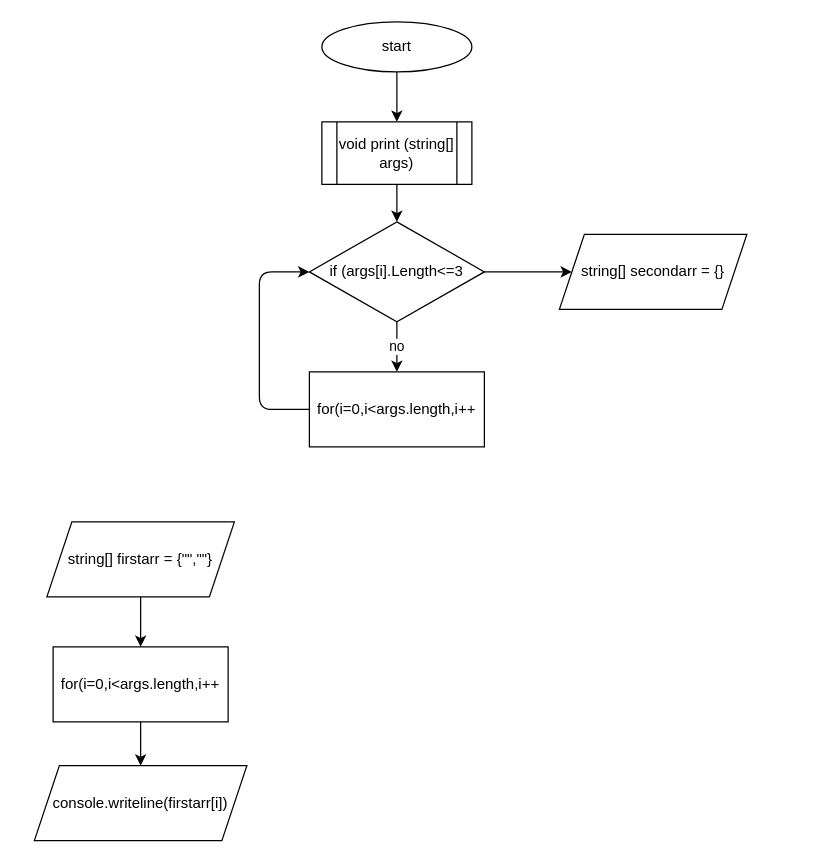
dapir/GB_Test keeps this draw.io diagram as block.drawio. Above is the earlier version. Source tidied: cells renumbered, new cells numbered last; positions are measured from the earlier drawing's top-left corner, leaving out a move shared by most shapes. Both pictures are drawn from the tidied source at 125%, with x=0, y=0 at pixel (34, 21).
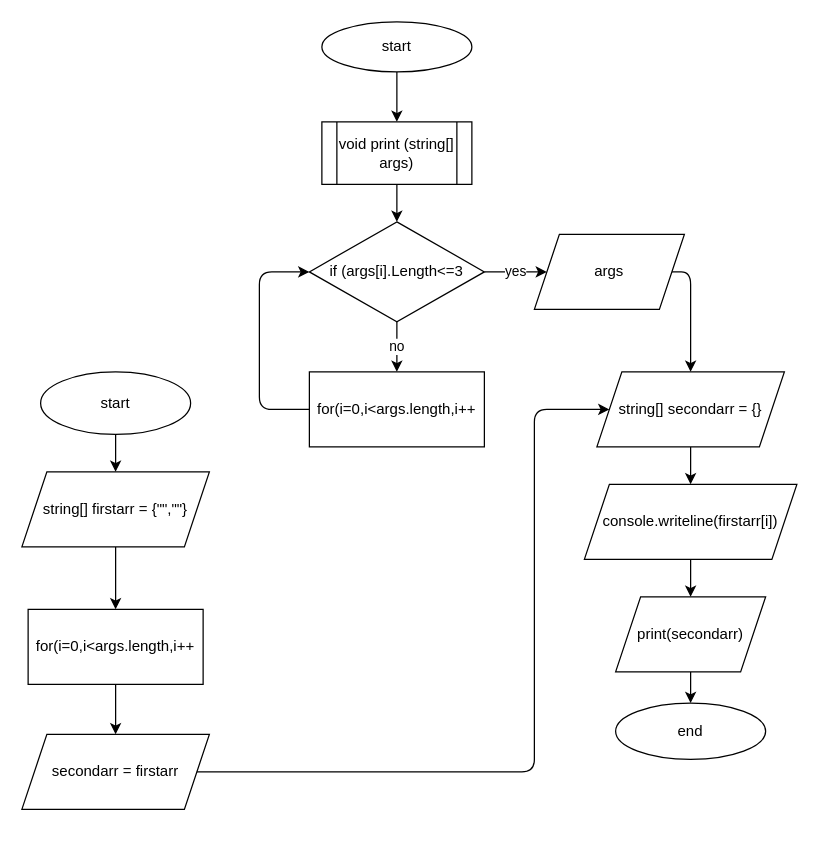
After the change.

Unchanged cells that the change refers to:
```xml
<mxCell id="8" value="if (args[i].Length&amp;lt;=3" style="rhombus;whiteSpace=wrap;html=1;" parent="1" vertex="1">
  <mxGeometry x="220" y="160" width="140" height="80" as="geometry" />
</mxCell>
```

The edit, as a diff of the source:
```diff
@@
-    <mxCell id="7" style="edgeStyle=none;html=1;" parent="1" edge="1" source="8" target="13">
-      <mxGeometry relative="1" as="geometry" />
-    </mxCell>
+    <mxCell id="17" value="yes" style="edgeStyle=none;html=1;" parent="1" edge="1" source="8" target="23">
+      <mxGeometry relative="1" as="geometry" />
+    </mxCell>
@@
     <mxCell id="12" value="string[] firstarr = {&quot;&quot;,&quot;&quot;}" style="shape=parallelogram;perimeter=parallelogramPerimeter;whiteSpace=wrap;html=1;fixedSize=1;" parent="1" vertex="1">
-      <mxGeometry x="10" y="400" width="150" height="60" as="geometry" />
+      <mxGeometry x="-10" y="360" width="150" height="60" as="geometry" />
     </mxCell>
+    <mxCell id="18" style="edgeStyle=none;html=1;" parent="1" edge="1" source="13" target="16">
+      <mxGeometry relative="1" as="geometry" />
+    </mxCell>
     <mxCell id="13" value="string[] secondarr = {}" style="shape=parallelogram;perimeter=parallelogramPerimeter;whiteSpace=wrap;html=1;fixedSize=1;" parent="1" vertex="1">
-      <mxGeometry x="420" y="170" width="150" height="60" as="geometry" />
+      <mxGeometry x="450" y="280" width="150" height="60" as="geometry" />
     </mxCell>
-    <mxCell id="14" style="edgeStyle=none;html=1;" parent="1" edge="1" source="15" target="16">
-      <mxGeometry relative="1" as="geometry" />
-    </mxCell>
+    <mxCell id="19" style="edgeStyle=none;html=1;" parent="1" edge="1" source="15" target="21">
+      <mxGeometry relative="1" as="geometry" />
+    </mxCell>
     <mxCell id="15" value="for(i=0,i&amp;lt;args.length,i++" style="rounded=0;whiteSpace=wrap;html=1;" parent="1" vertex="1">
-      <mxGeometry x="15" y="500" width="140" height="60" as="geometry" />
+      <mxGeometry x="-5" y="470" width="140" height="60" as="geometry" />
     </mxCell>
+    <mxCell id="20" style="edgeStyle=none;html=1;" parent="1" edge="1" source="16" target="26">
+      <mxGeometry relative="1" as="geometry" />
+    </mxCell>
     <mxCell id="16" value="console.writeline(firstarr[i])" style="shape=parallelogram;perimeter=parallelogramPerimeter;whiteSpace=wrap;html=1;fixedSize=1;" parent="1" vertex="1">
-      <mxGeometry y="595" width="170" height="60" as="geometry" />
+      <mxGeometry x="440" y="370" width="170" height="60" as="geometry" />
     </mxCell>
+    <mxCell id="21" value="secondarr = firstarr" style="shape=parallelogram;perimeter=parallelogramPerimeter;whiteSpace=wrap;html=1;fixedSize=1;" parent="1" vertex="1">
+      <mxGeometry x="-10" y="570" width="150" height="60" as="geometry" />
+    </mxCell>
+    <mxCell id="22" style="edgeStyle=none;html=1;entryX=0.5;entryY=0;entryDx=0;entryDy=0;" parent="1" edge="1" source="23" target="13">
+      <mxGeometry relative="1" as="geometry">
+        <Array as="points">
+          <mxPoint x="525" y="200" />
+        </Array>
+      </mxGeometry>
+    </mxCell>
+    <mxCell id="23" value="args" style="shape=parallelogram;perimeter=parallelogramPerimeter;whiteSpace=wrap;html=1;fixedSize=1;" parent="1" vertex="1">
+      <mxGeometry x="400" y="170" width="120" height="60" as="geometry" />
+    </mxCell>
+    <mxCell id="24" style="endArrow=classic;html=1;exitX=1;exitY=0.5;exitDx=0;exitDy=0;entryX=0;entryY=0.5;entryDx=0;entryDy=0;" parent="1" edge="1" source="21" target="13">
+      <mxGeometry relative="1" as="geometry">
+        <Array as="points">
+          <mxPoint x="400" y="600" />
+          <mxPoint x="400" y="310" />
+        </Array>
+      </mxGeometry>
+    </mxCell>
+    <mxCell id="25" style="edgeStyle=none;html=1;" parent="1" edge="1" source="26" target="29">
+      <mxGeometry relative="1" as="geometry" />
+    </mxCell>
+    <mxCell id="26" value="print(secondarr)" style="shape=parallelogram;perimeter=parallelogramPerimeter;whiteSpace=wrap;html=1;fixedSize=1;" parent="1" vertex="1">
+      <mxGeometry x="465" y="460" width="120" height="60" as="geometry" />
+    </mxCell>
+    <mxCell id="27" style="edgeStyle=none;html=1;" parent="1" edge="1" source="28" target="12">
+      <mxGeometry relative="1" as="geometry" />
+    </mxCell>
+    <mxCell id="28" value="start" style="ellipse;whiteSpace=wrap;html=1;" parent="1" vertex="1">
+      <mxGeometry x="5" y="280" width="120" height="50" as="geometry" />
+    </mxCell>
+    <mxCell id="29" value="end" style="ellipse;whiteSpace=wrap;html=1;" parent="1" vertex="1">
+      <mxGeometry x="465" y="545" width="120" height="45" as="geometry" />
+    </mxCell>
```
